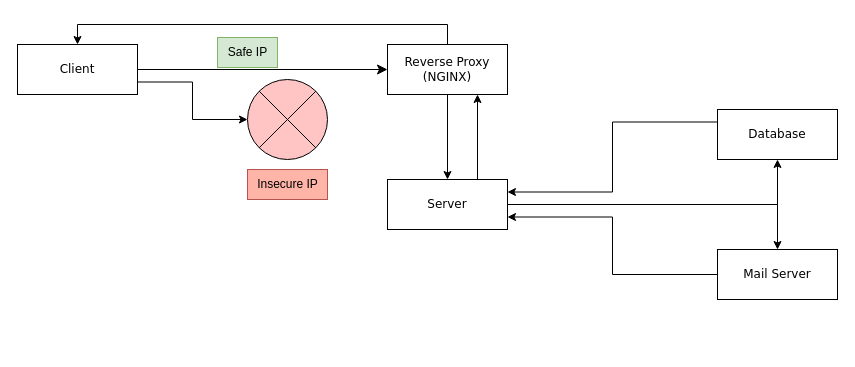
isekaimaou1109/demo-github-action keeps this draw.io diagram as .github/order-system.drawio. Above is the earlier version. Source tidied: cells renumbered, new cells numbered last; positions are measured from the earlier drawing's top-left corner, leaving out a move shared by most shapes. Both pictures are drawn from the tidied source at 100%, with x=0, y=0 at pixel (17, 37).
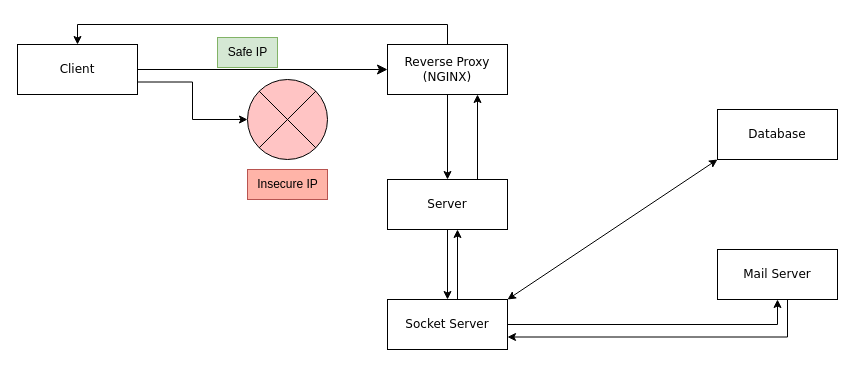
The same diagram, later.

The change refers to these unchanged cells:
```xml
<mxCell id="5" value="Server" style="whiteSpace=wrap;html=1;rounded=0;shadow=0;comic=0;labelBackgroundColor=none;strokeWidth=1;fontFamily=Verdana;fontSize=12;align=center;" parent="1" vertex="1">
  <mxGeometry x="370" y="142" width="120" height="50" as="geometry" />
</mxCell>
<mxCell id="13" value="Database" style="whiteSpace=wrap;html=1;rounded=0;shadow=0;comic=0;labelBackgroundColor=none;strokeWidth=1;fontFamily=Verdana;fontSize=12;align=center;" parent="1" vertex="1">
  <mxGeometry x="700" y="72" width="120" height="50" as="geometry" />
</mxCell>
<mxCell id="15" value="Mail Server" style="whiteSpace=wrap;html=1;rounded=0;shadow=0;comic=0;labelBackgroundColor=none;strokeWidth=1;fontFamily=Verdana;fontSize=12;align=center;" parent="1" vertex="1">
  <mxGeometry x="700" y="212" width="120" height="50" as="geometry" />
</mxCell>
```

What changed in the source:
```diff
@@
-    <mxCell id="2" style="edgeStyle=orthogonalEdgeStyle;rounded=0;jettySize=auto;html=1;exitX=1;exitY=0.5;exitDx=0;exitDy=0;" parent="1" edge="1" source="5" target="13">
-      <mxGeometry relative="1" as="geometry" />
-    </mxCell>
-    <mxCell id="3" style="edgeStyle=orthogonalEdgeStyle;rounded=0;jettySize=auto;html=1;exitX=1;exitY=0.5;exitDx=0;exitDy=0;entryX=0.5;entryY=0;entryDx=0;entryDy=0;" parent="1" edge="1" source="5" target="15">
-      <mxGeometry relative="1" as="geometry" />
-    </mxCell>
@@
+    <mxCell id="19" style="edgeStyle=orthogonalEdgeStyle;rounded=0;jettySize=auto;html=1;exitX=0.5;exitY=1;exitDx=0;exitDy=0;" parent="1" edge="1" source="5" target="23">
+      <mxGeometry relative="1" as="geometry" />
+    </mxCell>
@@
-    <mxCell id="12" style="edgeStyle=orthogonalEdgeStyle;rounded=0;jettySize=auto;html=1;exitX=0;exitY=0.25;exitDx=0;exitDy=0;entryX=1;entryY=0.25;entryDx=0;entryDy=0;" parent="1" edge="1" source="13" target="5">
-      <mxGeometry relative="1" as="geometry" />
-    </mxCell>
@@
-    <mxCell id="14" style="edgeStyle=orthogonalEdgeStyle;rounded=0;jettySize=auto;html=1;exitX=0;exitY=0.5;exitDx=0;exitDy=0;entryX=1;entryY=0.75;entryDx=0;entryDy=0;" parent="1" edge="1" source="15" target="5">
-      <mxGeometry relative="1" as="geometry" />
-    </mxCell>
+    <mxCell id="20" style="edgeStyle=orthogonalEdgeStyle;rounded=0;jettySize=auto;html=1;exitX=0.75;exitY=1;exitDx=0;exitDy=0;entryX=1;entryY=0.75;entryDx=0;entryDy=0;" parent="1" edge="1" source="15" target="23">
+      <mxGeometry relative="1" as="geometry">
+        <Array as="points">
+          <mxPoint x="770" y="262" />
+          <mxPoint x="770" y="300" />
+        </Array>
+      </mxGeometry>
+    </mxCell>
@@
+    <mxCell id="21" style="edgeStyle=orthogonalEdgeStyle;rounded=0;jettySize=auto;html=1;exitX=0.75;exitY=0;exitDx=0;exitDy=0;" parent="1" edge="1" source="23">
+      <mxGeometry relative="1" as="geometry">
+        <mxPoint x="440" y="192" as="targetPoint" />
+        <Array as="points">
+          <mxPoint x="440" y="262" />
+          <mxPoint x="440" y="192" />
+        </Array>
+      </mxGeometry>
+    </mxCell>
+    <mxCell id="22" style="edgeStyle=orthogonalEdgeStyle;rounded=0;jettySize=auto;html=1;exitX=1;exitY=0.5;exitDx=0;exitDy=0;entryX=0.5;entryY=1;entryDx=0;entryDy=0;" parent="1" edge="1" source="23" target="15">
+      <mxGeometry relative="1" as="geometry" />
+    </mxCell>
+    <mxCell id="23" value="Socket Server" style="whiteSpace=wrap;html=1;rounded=0;shadow=0;comic=0;labelBackgroundColor=none;strokeWidth=1;fontFamily=Verdana;fontSize=12;align=center;" parent="1" vertex="1">
+      <mxGeometry x="370" y="262" width="120" height="50" as="geometry" />
+    </mxCell>
+    <mxCell id="24" style="endArrow=classic;startArrow=classic;html=1;rounded=0;exitX=1;exitY=0;exitDx=0;exitDy=0;" parent="1" edge="1" source="23">
+      <mxGeometry relative="1" as="geometry">
+        <mxPoint x="700" y="122" as="targetPoint" />
+      </mxGeometry>
+    </mxCell>
```
